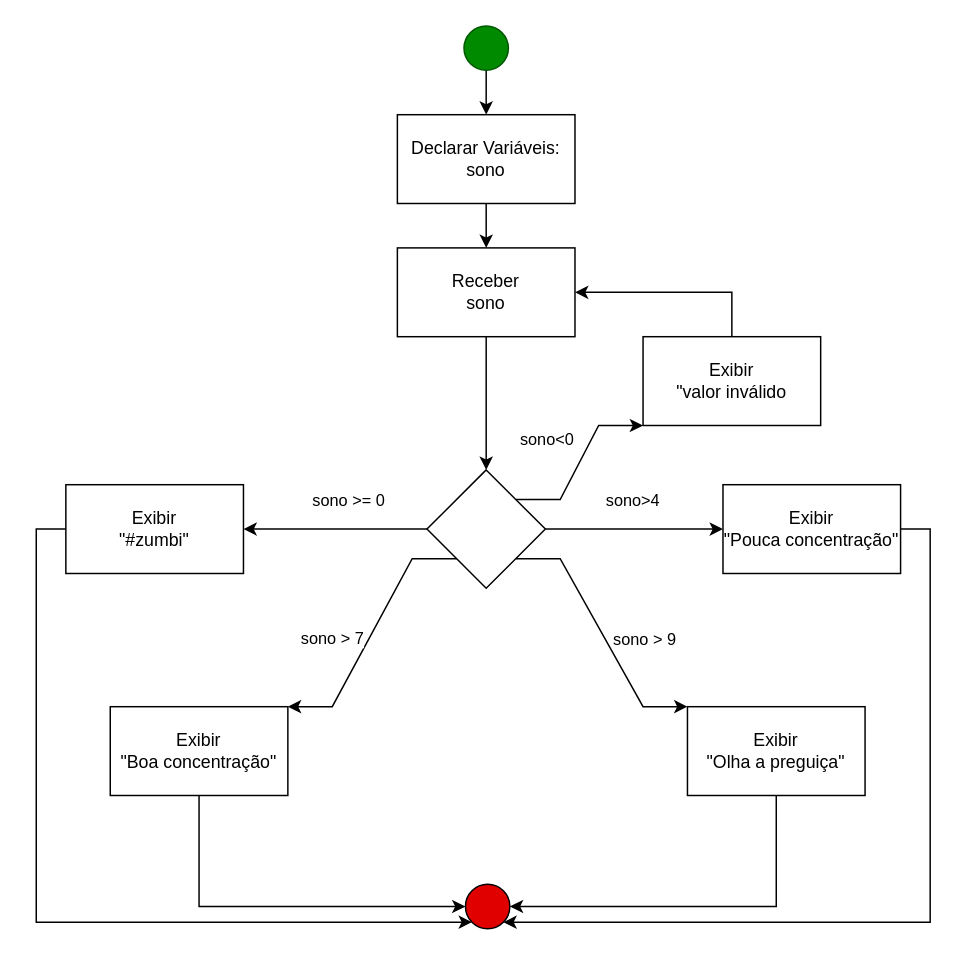
The draw.io diagram page "Exercicio 4" (4 of 7) of Lista 1/Lista 1.drawio in AlgumonL/Algoritimo, before the edit. Source tidied: cells renumbered, new cells numbered last; positions are measured from the earlier drawing's top-left corner, leaving out a move shared by most shapes. Both pictures are drawn from the tidied source at 148%, with x=0, y=0 at pixel (36, 25).
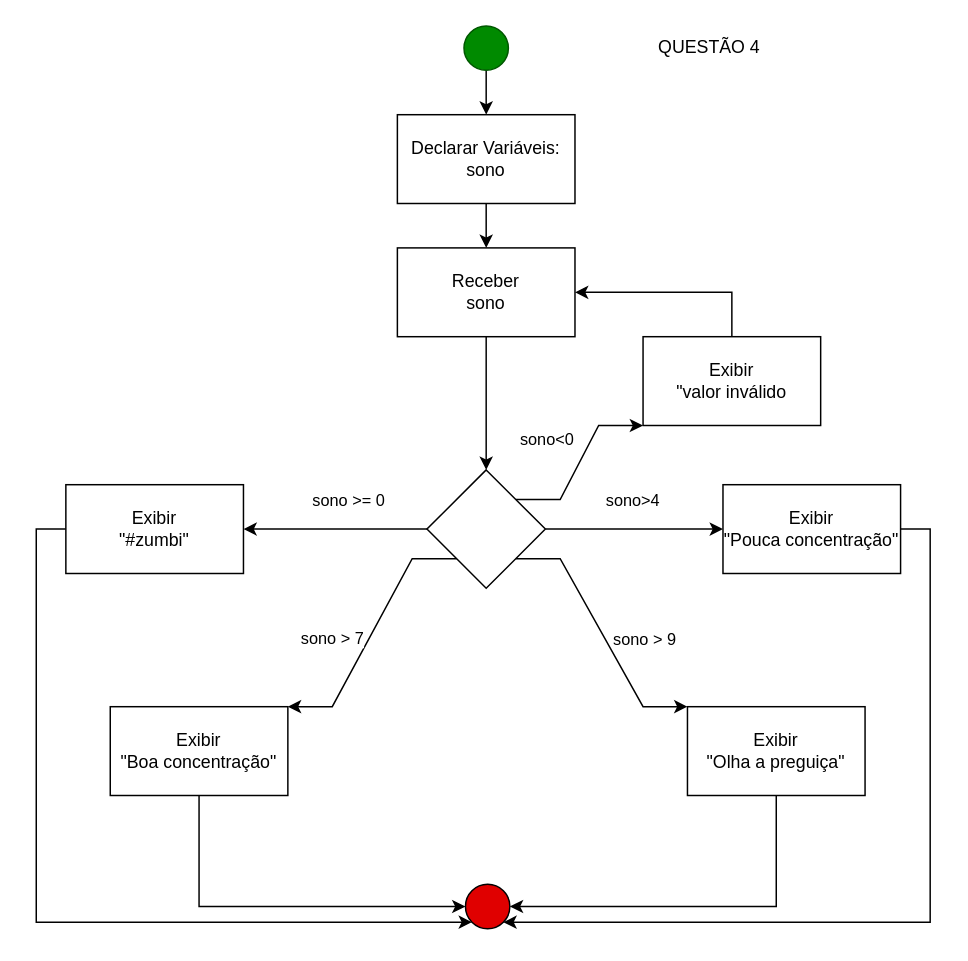
The same page after the edit.

The edit, as a diff of the source:
```diff
@@
+    <mxCell id="30" value="QUESTÃO 4" style="text;html=1;whiteSpace=wrap;strokeColor=none;fillColor=none;align=center;verticalAlign=middle;rounded=0;" parent="1" vertex="1">
+      <mxGeometry x="400" width="110" height="30" as="geometry" />
+    </mxCell>
```
